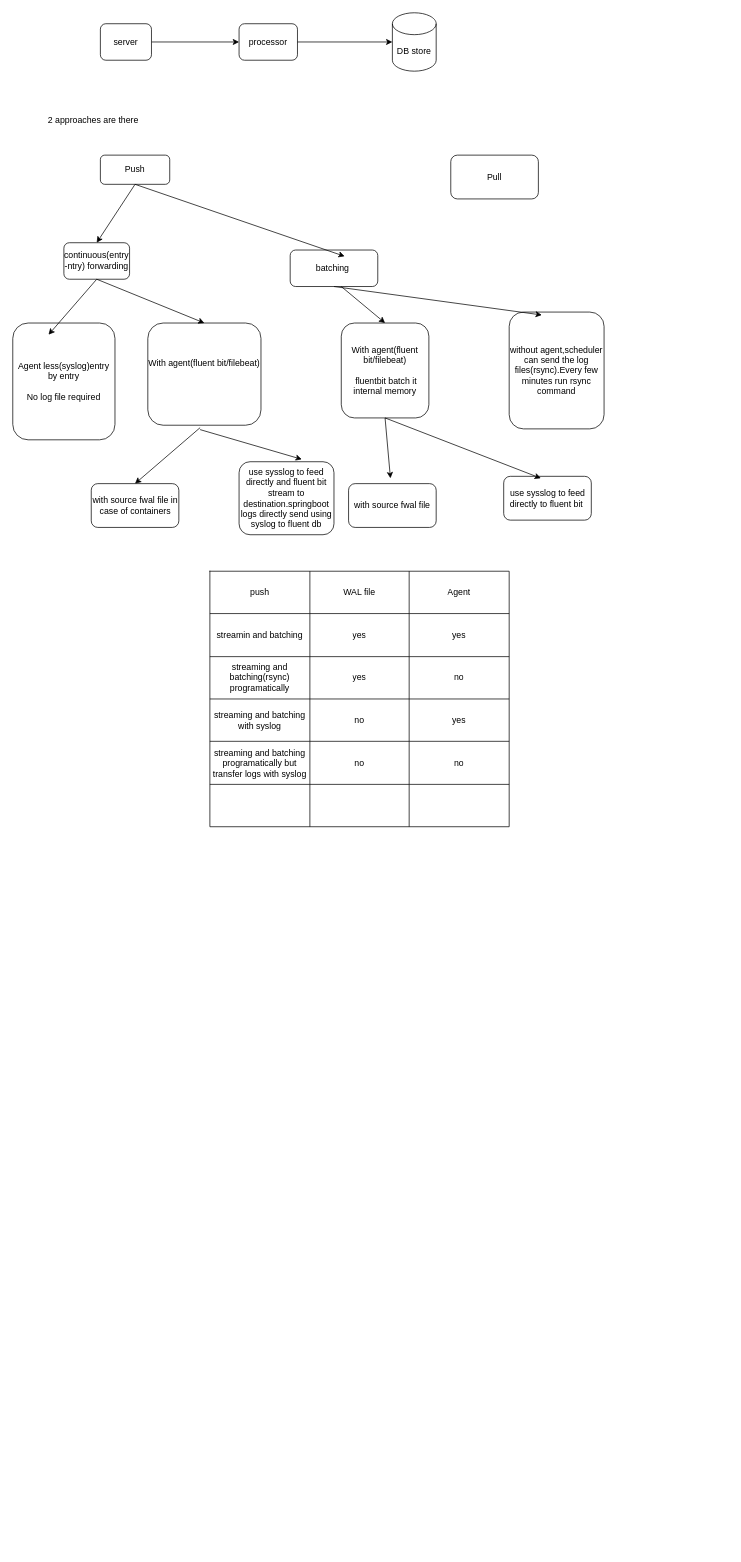
Earlier version of the draw.io diagram distributed/LoggingPull,push.drawio (vemarajusaikrishna/hld). Source tidied: cells renumbered, new cells numbered last; positions are measured from the earlier drawing's top-left corner, leaving out a move shared by most shapes. Both pictures are drawn from the tidied source at 73%, with x=0, y=0 at pixel (12, 12).
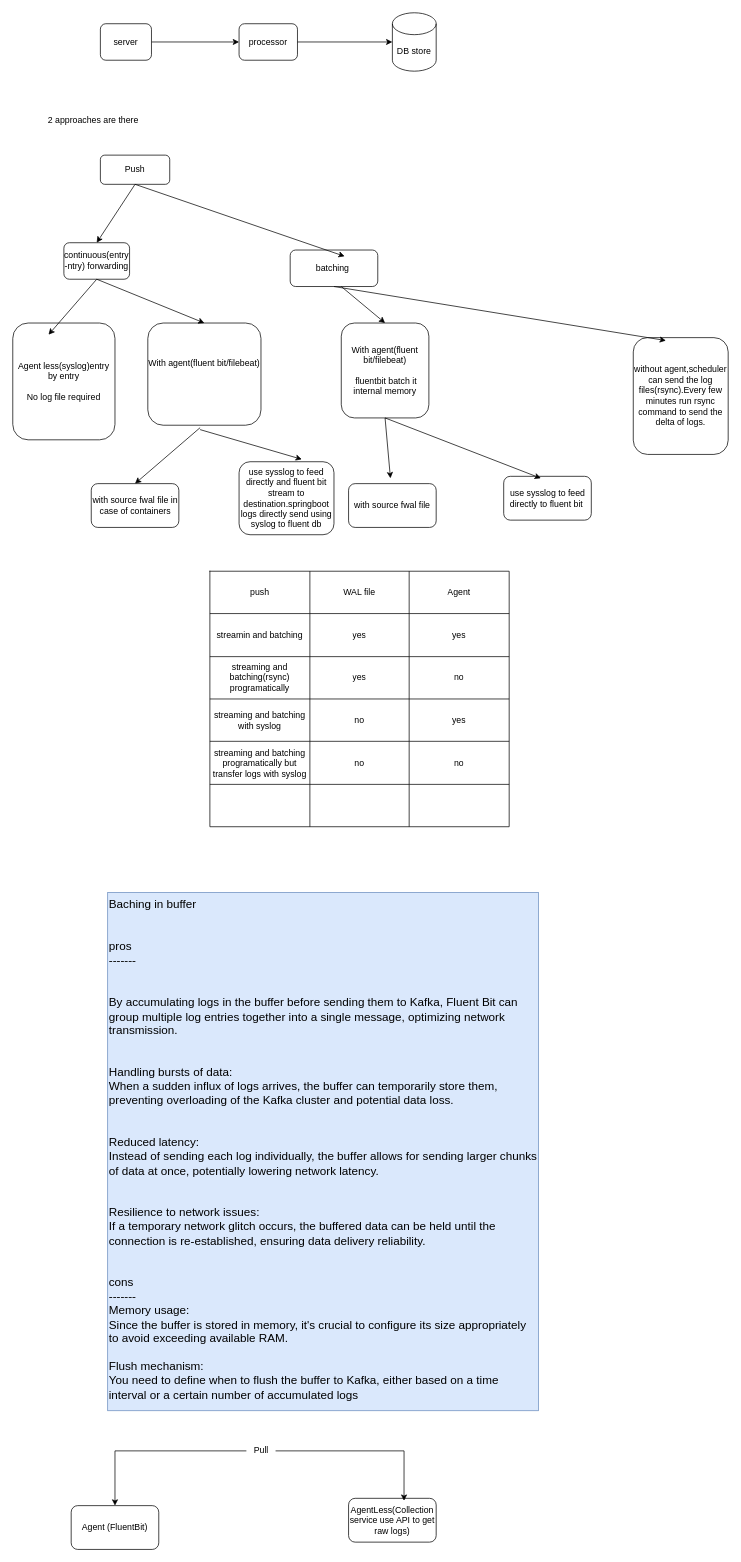
Above is the later version.

The edit, as a diff of the source:
```diff
@@
-    <mxCell id="18" value="Pull" style="rounded=1;whiteSpace=wrap;html=1;" parent="1" vertex="1">
-      <mxGeometry x="600" y="195" width="120" height="60" as="geometry" />
-    </mxCell>
-    <mxCell id="19" value="without agent,scheduler can send the log files(rsync).Every few minutes run rsync command" style="rounded=1;whiteSpace=wrap;html=1;" parent="1" vertex="1">
-      <mxGeometry x="680" y="410" width="130" height="160" as="geometry" />
+    <mxCell id="19" value="without agent,scheduler can send the log files(rsync).Every few minutes run rsync command to send the delta of logs." style="rounded=1;whiteSpace=wrap;html=1;" parent="1" vertex="1">
+      <mxGeometry x="850" y="445" width="130" height="160" as="geometry" />
     </mxCell>
@@
+    <mxCell id="55" value="Baching in buffer&#10;&#10;&#10;pros&#10;-------&#10;&#10;&#10;By accumulating logs in the buffer before sending them to Kafka, Fluent Bit can group multiple log entries together into a single message, optimizing network transmission. &#10;&#10;&#10;Handling bursts of data:&#10;When a sudden influx of logs arrives, the buffer can temporarily store them, preventing overloading of the Kafka cluster and potential data loss. &#10;&#10;&#10;Reduced latency:&#10;Instead of sending each log individually, the buffer allows for sending larger chunks of data at once, potentially lowering network latency. &#10;&#10;&#10;Resilience to network issues:&#10;If a temporary network glitch occurs, the buffered data can be held until the connection is re-established, ensuring data delivery reliability.&#10;&#10;&#10;cons&#10;-------&#10;Memory usage:&#10;Since the buffer is stored in memory, it's crucial to configure its size appropriately to avoid exceeding available RAM.&#10; &#10;Flush mechanism:&#10;You need to define when to flush the buffer to Kafka, either based on a time interval or a certain number of accumulated logs" style="text;whiteSpace=wrap;fillColor=#dae8fc;strokeColor=#6c8ebf;fontSize=16;" parent="1" vertex="1">
+      <mxGeometry x="130" y="1205" width="590" height="710" as="geometry" />
+    </mxCell>
+    <mxCell id="56" style="edgeStyle=orthogonalEdgeStyle;rounded=0;jettySize=auto;html=1;entryX=0.5;entryY=0;entryDx=0;entryDy=0;" parent="1" edge="1" source="18" target="57">
+      <mxGeometry relative="1" as="geometry" />
+    </mxCell>
+    <mxCell id="18" value="Pull" style="text;html=1;align=center;verticalAlign=middle;points=[];strokeColor=none;fillColor=none;" parent="1" vertex="1">
+      <mxGeometry x="320" y="1955" width="40" height="30" as="geometry" />
+    </mxCell>
+    <mxCell id="57" value="Agent (FluentBit)" style="rounded=1;whiteSpace=wrap;html=1;" parent="1" vertex="1">
+      <mxGeometry x="80" y="2045" width="120" height="60" as="geometry" />
+    </mxCell>
+    <mxCell id="58" value="AgentLess(Collection service use API to get raw logs)" style="rounded=1;whiteSpace=wrap;html=1;" parent="1" vertex="1">
+      <mxGeometry x="460" y="2035" width="120" height="60" as="geometry" />
+    </mxCell>
+    <mxCell id="59" style="edgeStyle=orthogonalEdgeStyle;rounded=0;jettySize=auto;html=1;entryX=0.633;entryY=0.056;entryDx=0;entryDy=0;entryPerimeter=0;" parent="1" edge="1" source="18" target="58">
+      <mxGeometry relative="1" as="geometry" />
+    </mxCell>
```
